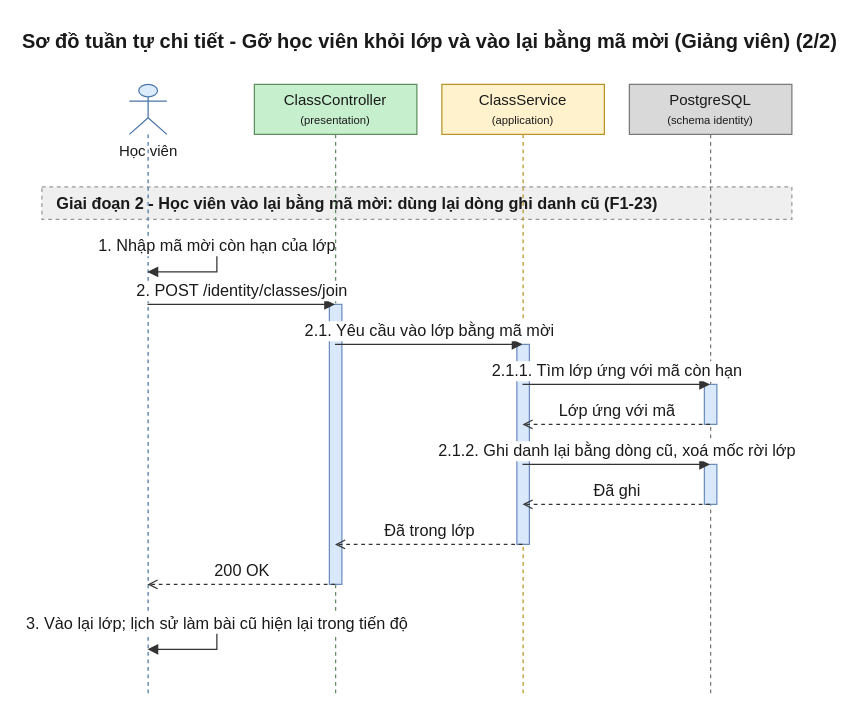
Earlier version of the draw.io diagram 08-diagram/sequence/gv/sequence_gv_go_hoc_vien_khoi_lop_p2.drawio (daiphu1801/PRJ_ALGOPREP). Source tidied: cells renumbered, new cells numbered last; positions are measured from the earlier drawing's top-left corner, leaving out a move shared by most shapes. Both pictures are drawn from the tidied source at 125%, with x=0, y=0 at pixel (41, 21).
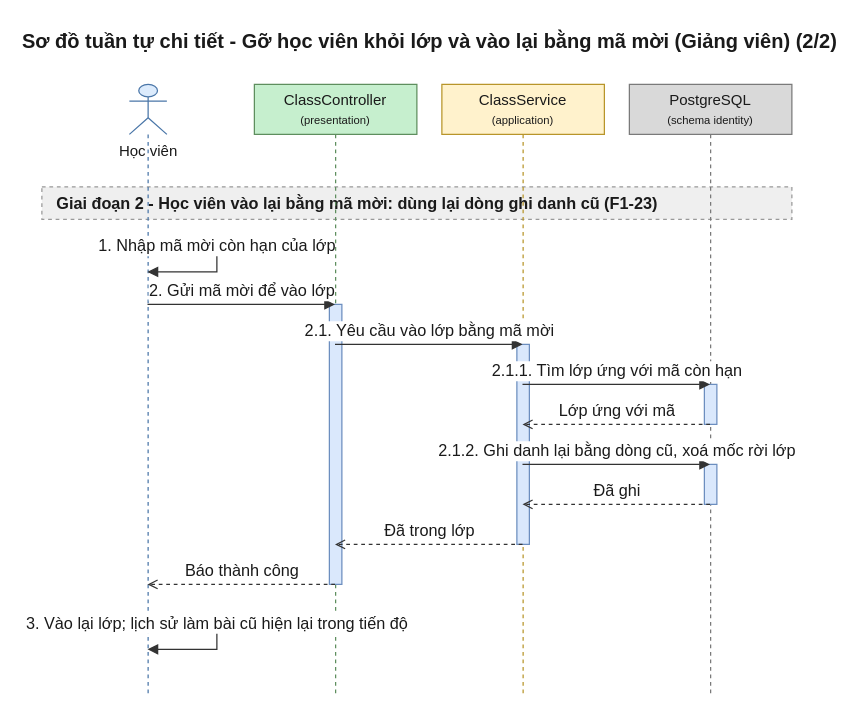
After the change.

The change refers to these unchanged cells:
```xml
<mxCell id="4" value="Học viên" style="shape=umlLifeline;participant=umlActor;perimeter=lifelinePerimeter;html=1;outlineConnect=0;size=40;verticalAlign=top;spacingTop=40;fillColor=#DCEBFC;strokeColor=#4A76A8;fontColor=#1A1A1A;" parent="1" vertex="1">
  <mxGeometry x="70" y="50" width="30" height="488" as="geometry" />
</mxCell>
<mxCell id="5" value="ClassController&lt;br&gt;&lt;font style=&quot;font-size:9px&quot;&gt;(presentation)&lt;/font&gt;" style="shape=umlLifeline;perimeter=lifelinePerimeter;whiteSpace=wrap;html=1;outlineConnect=0;size=40;fillColor=#C6EFCE;strokeColor=#5E8E5E;fontColor=#1A1A1A;" parent="1" vertex="1">
  <mxGeometry x="170" y="50" width="130" height="488" as="geometry" />
</mxCell>
```

Diff of the diagram source:
```diff
@@
-    <mxCell id="13" value="2. POST /identity/classes/join" style="edgeStyle=none;html=1;endArrow=block;endFill=1;strokeColor=#333333;fontColor=#1A1A1A;fontSize=13;verticalAlign=bottom;exitX=0.5;exitY=0.3607;exitDx=0;exitDy=0;entryX=0.5;entryY=0.3607;entryDx=0;entryDy=0;" parent="1" edge="1" source="4" target="5">
+    <mxCell id="13" value="2. Gửi mã mời để vào lớp" style="edgeStyle=none;html=1;endArrow=block;endFill=1;strokeColor=#333333;fontColor=#1A1A1A;fontSize=13;verticalAlign=bottom;exitX=0.5;exitY=0.3607;exitDx=0;exitDy=0;entryX=0.5;entryY=0.3607;entryDx=0;entryDy=0;" parent="1" edge="1" source="4" target="5">
       <mxGeometry relative="1" as="geometry" />
     </mxCell>
@@
-    <mxCell id="20" value="200 OK" style="edgeStyle=none;html=1;endArrow=open;endFill=0;dashed=1;strokeColor=#333333;fontColor=#1A1A1A;fontSize=13;verticalAlign=bottom;exitX=0.5;exitY=0.8197;exitDx=0;exitDy=0;entryX=0.5;entryY=0.8197;entryDx=0;entryDy=0;" parent="1" edge="1" source="5" target="4">
+    <mxCell id="20" value="Báo thành công" style="edgeStyle=none;html=1;endArrow=open;endFill=0;dashed=1;strokeColor=#333333;fontColor=#1A1A1A;fontSize=13;verticalAlign=bottom;exitX=0.5;exitY=0.8197;exitDx=0;exitDy=0;entryX=0.5;entryY=0.8197;entryDx=0;entryDy=0;" parent="1" edge="1" source="5" target="4">
       <mxGeometry relative="1" as="geometry" />
     </mxCell>
```
